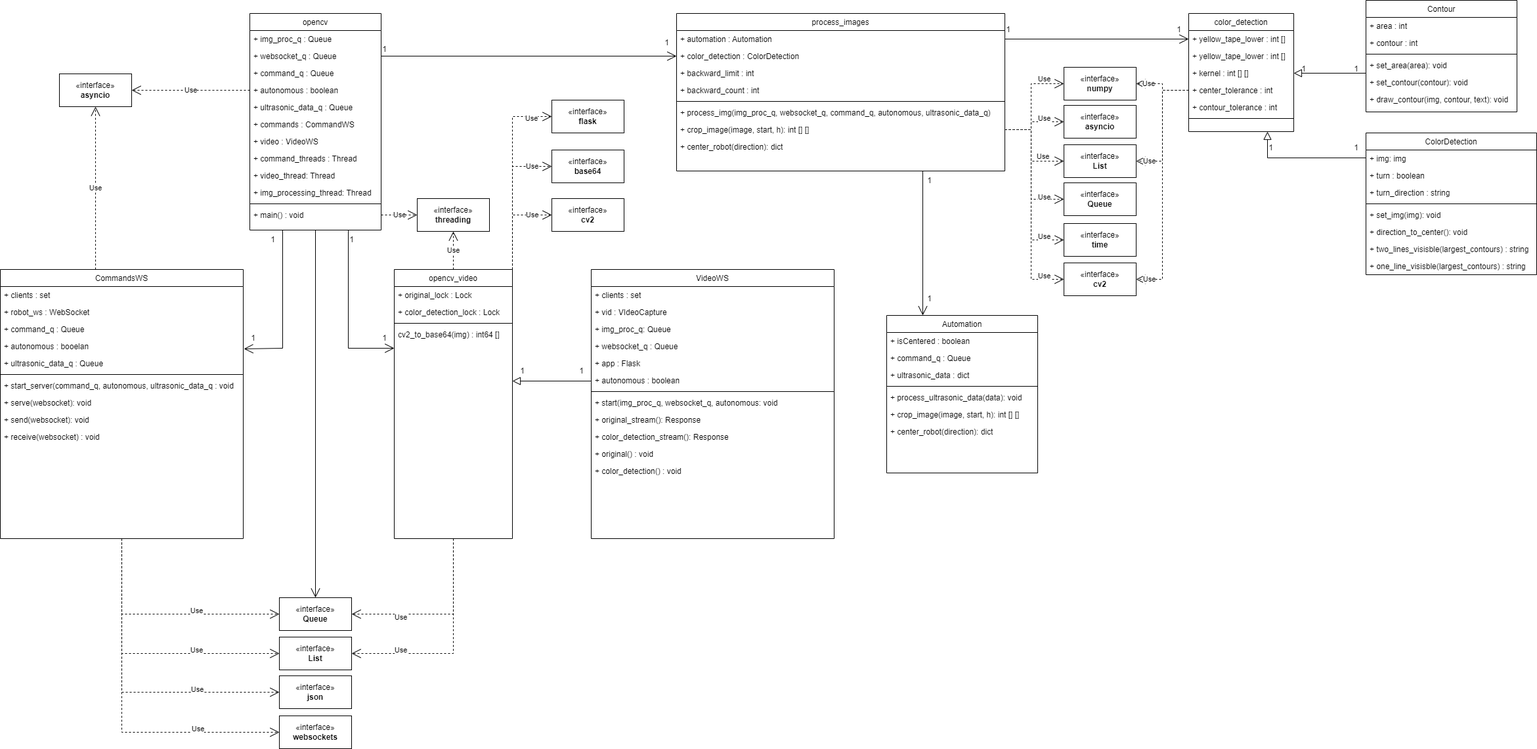
Before: documentation/docs/system-architecture/assets/Architecture_TREAD_BOT_OPENCV.png, a diagram exported from draw.io (Capstone-Projects-2023-Spring/project-robocontrol). Source tidied: cells renumbered, new cells last; positions are measured from the earlier drawing's top-left corner, leaving out a move shared by most shapes.
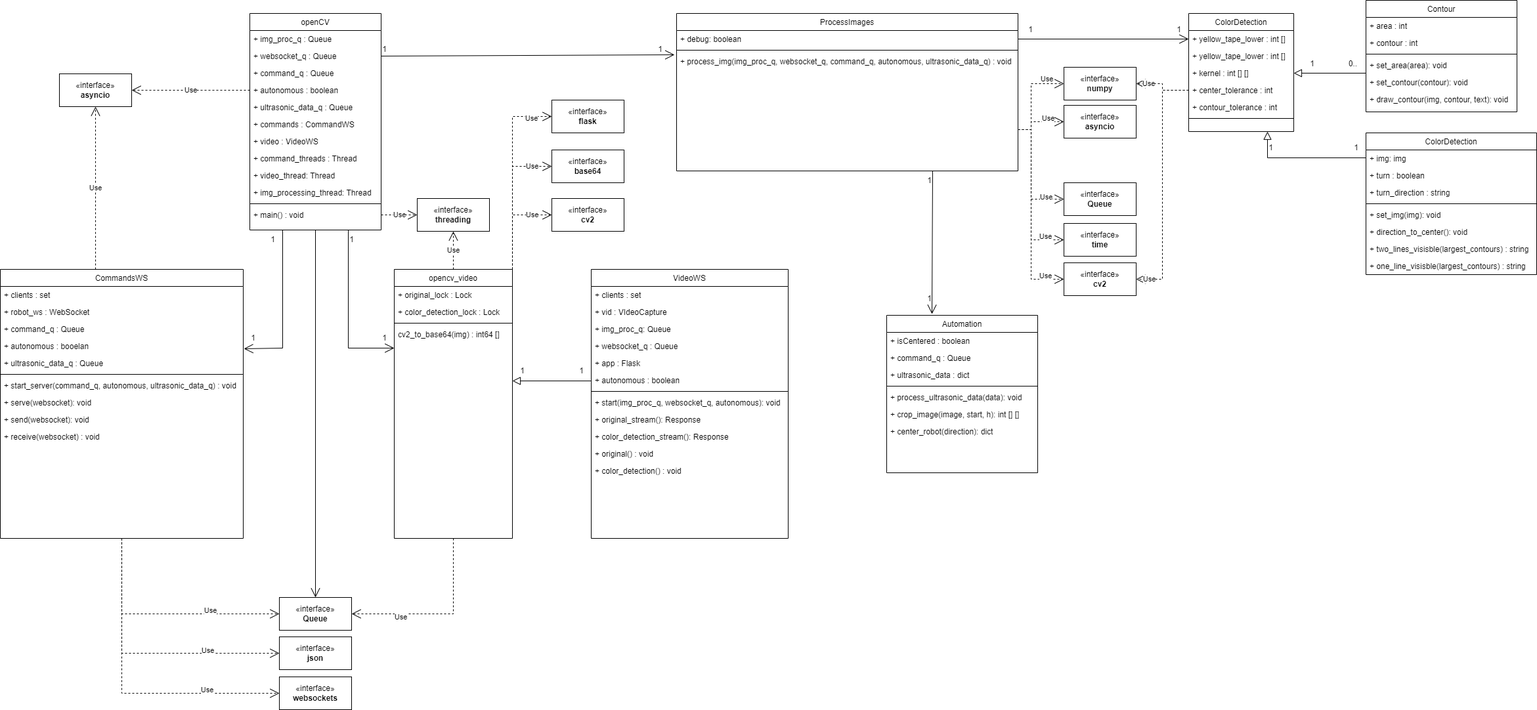
The same diagram one commit later.

Commit message:
Made requested changes to OPENCV

What changed in the source:
```diff
@@ -4,3 +4,3 @@
     <mxCell id="1" parent="0" />
-    <mxCell id="2" value="opencv" style="swimlane;fontStyle=0;align=center;verticalAlign=top;horizontal=1;startSize=26;rounded=0;shadow=0;strokeWidth=1;" parent="1" vertex="1">
+    <mxCell id="2" value="openCV" style="swimlane;fontStyle=0;align=center;verticalAlign=top;horizontal=1;startSize=26;rounded=0;shadow=0;strokeWidth=1;" parent="1" vertex="1">
       <mxGeometry x="380" y="20" width="200" height="330" as="geometry" />
@@ -103,3 +103,3 @@
     </mxCell>
-    <mxCell id="35" value="+ start_server(command_q, autonomous, ultrasonic_data_q : void" style="text;align=left;verticalAlign=top;spacingLeft=4;spacingRight=4;overflow=hidden;rounded=0;shadow=0;html=0;" parent="28" vertex="1">
+    <mxCell id="35" value="+ start_server(command_q, autonomous, ultrasonic_data_q) : void" style="text;align=left;verticalAlign=top;spacingLeft=4;spacingRight=4;overflow=hidden;rounded=0;shadow=0;html=0;" parent="28" vertex="1">
       <mxGeometry y="164" width="370" height="26" as="geometry" />
@@ -125,10 +125,7 @@
     <mxCell id="42" value="«interface»&lt;br&gt;&lt;b&gt;websockets&lt;/b&gt;" style="html=1;whiteSpace=wrap;" parent="1" vertex="1">
-      <mxGeometry x="425" y="1090" width="110" height="50" as="geometry" />
+      <mxGeometry x="425" y="1031" width="110" height="50" as="geometry" />
     </mxCell>
     <mxCell id="43" value="«interface»&lt;br&gt;&lt;b&gt;json&lt;/b&gt;" style="html=1;whiteSpace=wrap;" parent="1" vertex="1">
-      <mxGeometry x="425" y="1029" width="110" height="50" as="geometry" />
+      <mxGeometry x="425" y="970" width="110" height="50" as="geometry" />
     </mxCell>
-    <mxCell id="44" value="«interface»&lt;br&gt;&lt;b&gt;List&lt;/b&gt;" style="html=1;whiteSpace=wrap;" parent="1" vertex="1">
-      <mxGeometry x="425" y="970" width="110" height="50" as="geometry" />
-    </mxCell>
     <mxCell id="45" value="«interface»&lt;br&gt;&lt;b&gt;base64&lt;/b&gt;" style="html=1;whiteSpace=wrap;" parent="1" vertex="1">
@@ -161,39 +158,39 @@
     <mxCell id="51" value="VideoWS" style="swimlane;fontStyle=0;align=center;verticalAlign=top;horizontal=1;startSize=26;rounded=0;shadow=0;strokeWidth=1;" parent="1" vertex="1">
-      <mxGeometry x="900" y="410" width="370" height="410" as="geometry" />
+      <mxGeometry x="900" y="410" width="300" height="410" as="geometry" />
     </mxCell>
     <mxCell id="52" value="+ clients : set" style="text;align=left;verticalAlign=top;spacingLeft=4;spacingRight=4;overflow=hidden;rounded=0;shadow=0;html=0;" parent="51" vertex="1">
-      <mxGeometry y="26" width="370" height="26" as="geometry" />
+      <mxGeometry y="26" width="300" height="26" as="geometry" />
     </mxCell>
     <mxCell id="53" value="+ vid : VIdeoCapture" style="text;align=left;verticalAlign=top;spacingLeft=4;spacingRight=4;overflow=hidden;rounded=0;shadow=0;html=0;" parent="51" vertex="1">
-      <mxGeometry y="52" width="370" height="26" as="geometry" />
+      <mxGeometry y="52" width="300" height="26" as="geometry" />
     </mxCell>
     <mxCell id="54" value="+ img_proc_q: Queue" style="text;align=left;verticalAlign=top;spacingLeft=4;spacingRight=4;overflow=hidden;rounded=0;shadow=0;html=0;" parent="51" vertex="1">
-      <mxGeometry y="78" width="370" height="26" as="geometry" />
+      <mxGeometry y="78" width="300" height="26" as="geometry" />
     </mxCell>
     <mxCell id="55" value="+ websocket_q : Queue" style="text;align=left;verticalAlign=top;spacingLeft=4;spacingRight=4;overflow=hidden;points=[[0,0.5],[1,0.5]];portConstraint=eastwest;rounded=0;shadow=0;html=0;" parent="51" vertex="1">
-      <mxGeometry y="104" width="370" height="26" as="geometry" />
+      <mxGeometry y="104" width="300" height="26" as="geometry" />
     </mxCell>
     <mxCell id="56" value="+ app : Flask" style="text;align=left;verticalAlign=top;spacingLeft=4;spacingRight=4;overflow=hidden;rounded=0;shadow=0;html=0;" parent="51" vertex="1">
-      <mxGeometry y="130" width="370" height="26" as="geometry" />
+      <mxGeometry y="130" width="300" height="26" as="geometry" />
     </mxCell>
     <mxCell id="57" value="+ autonomous : boolean" style="text;align=left;verticalAlign=top;spacingLeft=4;spacingRight=4;overflow=hidden;rounded=0;shadow=0;html=0;" parent="51" vertex="1">
-      <mxGeometry y="156" width="370" height="26" as="geometry" />
+      <mxGeometry y="156" width="300" height="26" as="geometry" />
     </mxCell>
     <mxCell id="58" style="line;html=1;strokeWidth=1;align=left;verticalAlign=middle;spacingTop=-1;spacingLeft=3;spacingRight=3;labelPosition=right;" parent="51" vertex="1">
-      <mxGeometry y="182" width="370" height="8" as="geometry" />
+      <mxGeometry y="182" width="300" height="8" as="geometry" />
     </mxCell>
-    <mxCell id="59" value="+ start(img_proc_q, websocket_q, autonomous: void" style="text;align=left;verticalAlign=top;spacingLeft=4;spacingRight=4;overflow=hidden;rounded=0;shadow=0;html=0;" parent="51" vertex="1">
-      <mxGeometry y="190" width="370" height="26" as="geometry" />
+    <mxCell id="59" value="+ start(img_proc_q, websocket_q, autonomous): void" style="text;align=left;verticalAlign=top;spacingLeft=4;spacingRight=4;overflow=hidden;rounded=0;shadow=0;html=0;" parent="51" vertex="1">
+      <mxGeometry y="190" width="300" height="26" as="geometry" />
     </mxCell>
     <mxCell id="60" value="+ original_stream(): Response" style="text;align=left;verticalAlign=top;spacingLeft=4;spacingRight=4;overflow=hidden;rounded=0;shadow=0;html=0;" parent="51" vertex="1">
-      <mxGeometry y="216" width="370" height="26" as="geometry" />
+      <mxGeometry y="216" width="300" height="26" as="geometry" />
     </mxCell>
     <mxCell id="61" value="+ color_detection_stream(): Response" style="text;align=left;verticalAlign=top;spacingLeft=4;spacingRight=4;overflow=hidden;rounded=0;shadow=0;html=0;" parent="51" vertex="1">
-      <mxGeometry y="242" width="370" height="26" as="geometry" />
+      <mxGeometry y="242" width="300" height="26" as="geometry" />
     </mxCell>
     <mxCell id="62" value="+ original() : void" style="text;align=left;verticalAlign=top;spacingLeft=4;spacingRight=4;overflow=hidden;rounded=0;shadow=0;html=0;" parent="51" vertex="1">
-      <mxGeometry y="268" width="370" height="26" as="geometry" />
+      <mxGeometry y="268" width="300" height="26" as="geometry" />
     </mxCell>
     <mxCell id="63" value="+ color_detection() : void" style="text;align=left;verticalAlign=top;spacingLeft=4;spacingRight=4;overflow=hidden;rounded=0;shadow=0;html=0;" parent="51" vertex="1">
-      <mxGeometry y="294" width="370" height="26" as="geometry" />
+      <mxGeometry y="294" width="300" height="26" as="geometry" />
     </mxCell>
@@ -207,29 +204,14 @@
     </mxCell>
-    <mxCell id="65" value="process_images" style="swimlane;fontStyle=0;align=center;verticalAlign=top;horizontal=1;startSize=26;rounded=0;shadow=0;strokeWidth=1;" parent="1" vertex="1">
-      <mxGeometry x="1030" y="20" width="500" height="240" as="geometry" />
+    <mxCell id="65" value="ProcessImages" style="swimlane;fontStyle=0;align=center;verticalAlign=top;horizontal=1;startSize=26;rounded=0;shadow=0;strokeWidth=1;" parent="1" vertex="1">
+      <mxGeometry x="1030" y="20" width="520" height="240" as="geometry" />
     </mxCell>
-    <mxCell id="66" value="+ automation : Automation" style="text;align=left;verticalAlign=top;spacingLeft=4;spacingRight=4;overflow=hidden;points=[[0,0.5],[1,0.5]];portConstraint=eastwest;" parent="65" vertex="1">
-      <mxGeometry y="26" width="500" height="26" as="geometry" />
-    </mxCell>
-    <mxCell id="67" value="+ color_detection : ColorDetection" style="text;align=left;verticalAlign=top;spacingLeft=4;spacingRight=4;overflow=hidden;points=[[0,0.5],[1,0.5]];portConstraint=eastwest;" parent="65" vertex="1">
-      <mxGeometry y="52" width="500" height="26" as="geometry" />
+    <mxCell id="67" value="+ debug: boolean" style="text;align=left;verticalAlign=top;spacingLeft=4;spacingRight=4;overflow=hidden;points=[[0,0.5],[1,0.5]];portConstraint=eastwest;" parent="65" vertex="1">
+      <mxGeometry y="26" width="520" height="26" as="geometry" />
     </mxCell>
-    <mxCell id="68" value="+ backward_limit : int" style="text;align=left;verticalAlign=top;spacingLeft=4;spacingRight=4;overflow=hidden;" parent="65" vertex="1">
-      <mxGeometry y="78" width="500" height="26" as="geometry" />
-    </mxCell>
-    <mxCell id="69" value="+ backward_count : int" style="text;align=left;verticalAlign=top;spacingLeft=4;spacingRight=4;overflow=hidden;" parent="65" vertex="1">
-      <mxGeometry y="104" width="500" height="26" as="geometry" />
-    </mxCell>
     <mxCell id="70" style="line;html=1;strokeWidth=1;align=left;verticalAlign=middle;spacingTop=-1;spacingLeft=3;spacingRight=3;labelPosition=right;" parent="65" vertex="1">
-      <mxGeometry y="130" width="500" height="8" as="geometry" />
+      <mxGeometry y="52" width="520" height="8" as="geometry" />
     </mxCell>
-    <mxCell id="71" value="+ process_img(img_proc_q, websocket_q, command_q, autonomous, ultrasonic_data_q)" style="text;align=left;verticalAlign=top;spacingLeft=4;spacingRight=4;overflow=hidden;points=[[0,0.5],[1,0.5]];portConstraint=eastwest;rounded=0;shadow=0;html=0;" parent="65" vertex="1">
-      <mxGeometry y="138" width="500" height="26" as="geometry" />
+    <mxCell id="71" value="+ process_img(img_proc_q, websocket_q, command_q, autonomous, ultrasonic_data_q) : void" style="text;align=left;verticalAlign=top;spacingLeft=4;spacingRight=4;overflow=hidden;points=[[0,0.5],[1,0.5]];portConstraint=eastwest;rounded=0;shadow=0;html=0;" parent="65" vertex="1">
+      <mxGeometry y="60" width="520" height="26" as="geometry" />
     </mxCell>
-    <mxCell id="72" value="+ crop_image(image, start, h): int [] []" style="text;align=left;verticalAlign=top;spacingLeft=4;spacingRight=4;overflow=hidden;points=[[0,0.5],[1,0.5]];portConstraint=eastwest;rounded=0;shadow=0;html=0;" parent="65" vertex="1">
-      <mxGeometry y="164" width="500" height="26" as="geometry" />
-    </mxCell>
-    <mxCell id="73" value="+ center_robot(direction): dict" style="text;align=left;verticalAlign=top;spacingLeft=4;spacingRight=4;overflow=hidden;rounded=0;shadow=0;html=0;" parent="65" vertex="1">
-      <mxGeometry y="190" width="500" height="26" as="geometry" />
-    </mxCell>
     <mxCell id="74" value="«interface»&lt;br&gt;&lt;b&gt;numpy&lt;/b&gt;" style="html=1;whiteSpace=wrap;" parent="1" vertex="1">
@@ -237,6 +219,6 @@
     </mxCell>
-    <mxCell id="75" style="endArrow=open;endFill=1;endSize=12;html=1;rounded=0;exitX=1;exitY=0.5;exitDx=0;exitDy=0;entryX=0;entryY=0.5;entryDx=0;entryDy=0;" parent="1" edge="1" source="4" target="67">
+    <mxCell id="75" style="endArrow=open;endFill=1;endSize=12;html=1;rounded=0;exitX=1;exitY=0.5;exitDx=0;exitDy=0;entryX=-0.006;entryY=0.115;entryDx=0;entryDy=0;entryPerimeter=0;" parent="1" edge="1" source="4" target="71">
       <mxGeometry relative="1" as="geometry" />
     </mxCell>
-    <mxCell id="76" value="color_detection" style="swimlane;fontStyle=0;align=center;verticalAlign=top;horizontal=1;startSize=26;rounded=0;shadow=0;strokeWidth=1;" parent="1" vertex="1">
+    <mxCell id="76" value="ColorDetection" style="swimlane;fontStyle=0;align=center;verticalAlign=top;horizontal=1;startSize=26;rounded=0;shadow=0;strokeWidth=1;" parent="1" vertex="1">
       <mxGeometry x="1810" y="20" width="160" height="180" as="geometry" />
@@ -264,5 +246,2 @@
     </mxCell>
-    <mxCell id="84" value="«interface»&lt;br&gt;&lt;b&gt;List&lt;/b&gt;" style="html=1;whiteSpace=wrap;" parent="1" vertex="1">
-      <mxGeometry x="1620" y="220" width="110" height="50" as="geometry" />
-    </mxCell>
     <mxCell id="85" value="«interface»&lt;br&gt;&lt;b&gt;Queue&lt;/b&gt;" style="html=1;whiteSpace=wrap;" parent="1" vertex="1">
@@ -344,9 +323,9 @@
     </mxCell>
-    <mxCell id="106" style="endArrow=open;endFill=1;endSize=12;html=1;rounded=0;exitX=1;exitY=0.5;exitDx=0;exitDy=0;entryX=0;entryY=0.5;entryDx=0;entryDy=0;" parent="1" edge="1" source="66" target="77">
-      <mxGeometry relative="1" as="geometry" />
+    <mxCell id="106" style="endArrow=open;endFill=1;endSize=12;html=1;rounded=0;exitX=1;exitY=0.5;exitDx=0;exitDy=0;entryX=0;entryY=0.5;entryDx=0;entryDy=0;" parent="1" edge="1" target="77">
+      <mxGeometry relative="1" as="geometry">
+        <mxPoint x="1550" y="59" as="sourcePoint" />
+      </mxGeometry>
     </mxCell>
-    <mxCell id="107" style="endArrow=open;endFill=1;endSize=12;html=1;rounded=0;exitX=0.75;exitY=1;exitDx=0;exitDy=0;" parent="1" edge="1" source="65">
-      <mxGeometry relative="1" as="geometry">
-        <mxPoint x="1405" y="480" as="targetPoint" />
-      </mxGeometry>
+    <mxCell id="107" style="endArrow=open;endFill=1;endSize=12;html=1;rounded=0;exitX=0.75;exitY=1;exitDx=0;exitDy=0;entryX=0.3;entryY=-0.008;entryDx=0;entryDy=0;entryPerimeter=0;" parent="1" edge="1" source="65" target="20">
+      <mxGeometry relative="1" as="geometry" />
     </mxCell>
@@ -374,3 +353,3 @@
     <mxCell id="115" value="1" style="text;html=1;align=center;verticalAlign=middle;strokeColor=none;fillColor=none;" parent="1" vertex="1">
-      <mxGeometry x="1000" y="50" width="30" height="30" as="geometry" />
+      <mxGeometry x="990" y="60" width="30" height="30" as="geometry" />
     </mxCell>
@@ -383,3 +362,3 @@
     <mxCell id="118" value="1" style="text;html=1;align=center;verticalAlign=middle;strokeColor=none;fillColor=none;" parent="1" vertex="1">
-      <mxGeometry x="1520" y="30" width="30" height="30" as="geometry" />
+      <mxGeometry x="1554" y="30" width="30" height="30" as="geometry" />
     </mxCell>
@@ -389,6 +368,6 @@
     <mxCell id="120" value="1" style="text;html=1;align=center;verticalAlign=middle;strokeColor=none;fillColor=none;" parent="1" vertex="1">
-      <mxGeometry x="1970" y="90" width="30" height="30" as="geometry" />
+      <mxGeometry x="1983" y="82" width="30" height="30" as="geometry" />
     </mxCell>
-    <mxCell id="121" value="1" style="text;html=1;align=center;verticalAlign=middle;strokeColor=none;fillColor=none;" parent="1" vertex="1">
-      <mxGeometry x="2050" y="90" width="30" height="30" as="geometry" />
+    <mxCell id="121" value="0.." style="text;html=1;align=center;verticalAlign=middle;strokeColor=none;fillColor=none;" parent="1" vertex="1">
+      <mxGeometry x="2040" y="82" width="40" height="30" as="geometry" />
     </mxCell>
@@ -437,3 +416,3 @@
     <mxCell id="131" value="Use" style="endArrow=open;endSize=12;dashed=1;html=1;rounded=0;exitX=0.5;exitY=1;exitDx=0;exitDy=0;entryX=0;entryY=0.5;entryDx=0;entryDy=0;" parent="1" edge="1" source="28" target="39">
-      <mxGeometry x="0.3" y="5" relative="1" as="geometry">
+      <mxGeometry x="0.41" y="5" relative="1" as="geometry">
         <Array as="points">
@@ -441,13 +420,4 @@
         </Array>
-        <mxPoint x="-1" as="offset" />
       </mxGeometry>
     </mxCell>
-    <mxCell id="132" value="Use" style="endArrow=open;endSize=12;dashed=1;html=1;rounded=0;exitX=0.5;exitY=1;exitDx=0;exitDy=0;entryX=0;entryY=0.5;entryDx=0;entryDy=0;" parent="1" edge="1" source="28" target="44">
-      <mxGeometry x="0.4" y="5" relative="1" as="geometry">
-        <Array as="points">
-          <mxPoint x="185" y="995" />
-        </Array>
-        <mxPoint x="-1" as="offset" />
-      </mxGeometry>
-    </mxCell>
     <mxCell id="133" value="Use" style="endArrow=open;endSize=12;dashed=1;html=1;rounded=0;entryX=0;entryY=0.5;entryDx=0;entryDy=0;exitX=0.5;exitY=1;exitDx=0;exitDy=0;" parent="1" edge="1" source="28" target="43">
@@ -455,3 +425,3 @@
         <Array as="points">
-          <mxPoint x="185" y="1054" />
+          <mxPoint x="185" y="995" />
         </Array>
@@ -462,3 +432,3 @@
         <Array as="points">
-          <mxPoint x="185" y="1115" />
+          <mxPoint x="185" y="1056" />
         </Array>
@@ -475,11 +445,5 @@
     </mxCell>
-    <mxCell id="136" value="Use" style="endArrow=open;endSize=12;dashed=1;html=1;rounded=0;entryX=1;entryY=0.5;entryDx=0;entryDy=0;exitX=0.5;exitY=1;exitDx=0;exitDy=0;" parent="1" edge="1" source="15" target="44">
-      <mxGeometry x="0.55" y="-5" relative="1" as="geometry">
-        <Array as="points">
-          <mxPoint x="690" y="995" />
-        </Array>
-      </mxGeometry>
-    </mxCell>
-    <mxCell id="137" value="Use" style="endArrow=open;endSize=12;dashed=1;html=1;rounded=0;entryX=0;entryY=0.5;entryDx=0;entryDy=0;exitX=1;exitY=0.5;exitDx=0;exitDy=0;" parent="1" edge="1" source="72" target="74">
+    <mxCell id="137" value="Use" style="endArrow=open;endSize=12;dashed=1;html=1;rounded=0;entryX=0;entryY=0.5;entryDx=0;entryDy=0;exitX=1;exitY=0.5;exitDx=0;exitDy=0;" parent="1" edge="1" target="74">
       <mxGeometry x="0.62" y="7" relative="1" as="geometry">
+        <mxPoint x="1550" y="197" as="sourcePoint" />
         <Array as="points">
@@ -490,4 +454,5 @@
     </mxCell>
-    <mxCell id="138" value="Use" style="endArrow=open;endSize=12;dashed=1;html=1;rounded=0;entryX=0;entryY=0.5;entryDx=0;entryDy=0;exitX=1;exitY=0.5;exitDx=0;exitDy=0;" parent="1" edge="1" source="72" target="83">
+    <mxCell id="138" value="Use" style="endArrow=open;endSize=12;dashed=1;html=1;rounded=0;entryX=0;entryY=0.5;entryDx=0;entryDy=0;exitX=1;exitY=0.5;exitDx=0;exitDy=0;" parent="1" edge="1" target="83">
       <mxGeometry x="0.41" y="5" relative="1" as="geometry">
+        <mxPoint x="1550" y="197" as="sourcePoint" />
         <Array as="points">
@@ -498,12 +463,5 @@
     </mxCell>
-    <mxCell id="139" value="Use" style="endArrow=open;endSize=12;dashed=1;html=1;rounded=0;entryX=0;entryY=0.5;entryDx=0;entryDy=0;exitX=1;exitY=0.5;exitDx=0;exitDy=0;" parent="1" edge="1" source="72" target="84">
-      <mxGeometry x="0.54" y="7" relative="1" as="geometry">
-        <Array as="points">
-          <mxPoint x="1570" y="197" />
-          <mxPoint x="1570" y="245" />
-        </Array>
-      </mxGeometry>
-    </mxCell>
-    <mxCell id="140" value="Use" style="endArrow=open;endSize=12;dashed=1;html=1;rounded=0;entryX=0;entryY=0.5;entryDx=0;entryDy=0;exitX=1;exitY=0.5;exitDx=0;exitDy=0;" parent="1" edge="1" source="72" target="85">
+    <mxCell id="140" value="Use" style="endArrow=open;endSize=12;dashed=1;html=1;rounded=0;entryX=0;entryY=0.5;entryDx=0;entryDy=0;exitX=1;exitY=0.5;exitDx=0;exitDy=0;" parent="1" edge="1" target="85">
       <mxGeometry x="0.69" y="3" relative="1" as="geometry">
+        <mxPoint x="1550" y="197" as="sourcePoint" />
         <Array as="points">
@@ -514,4 +472,5 @@
     </mxCell>
-    <mxCell id="141" value="Use" style="endArrow=open;endSize=12;dashed=1;html=1;rounded=0;entryX=0;entryY=0.5;entryDx=0;entryDy=0;exitX=1;exitY=0.5;exitDx=0;exitDy=0;" parent="1" edge="1" source="72" target="86">
+    <mxCell id="141" value="Use" style="endArrow=open;endSize=12;dashed=1;html=1;rounded=0;entryX=0;entryY=0.5;entryDx=0;entryDy=0;exitX=1;exitY=0.5;exitDx=0;exitDy=0;" parent="1" edge="1" target="86">
       <mxGeometry x="0.77" y="5" relative="1" as="geometry">
+        <mxPoint x="1550" y="197" as="sourcePoint" />
         <Array as="points">
@@ -522,4 +481,5 @@
     </mxCell>
-    <mxCell id="142" value="Use" style="endArrow=open;endSize=12;dashed=1;html=1;rounded=0;entryX=0;entryY=0.5;entryDx=0;entryDy=0;exitX=1;exitY=0.5;exitDx=0;exitDy=0;" parent="1" edge="1" source="72" target="105">
+    <mxCell id="142" value="Use" style="endArrow=open;endSize=12;dashed=1;html=1;rounded=0;entryX=0;entryY=0.5;entryDx=0;entryDy=0;exitX=1;exitY=0.5;exitDx=0;exitDy=0;" parent="1" edge="1" target="105">
       <mxGeometry x="0.81" y="5" relative="1" as="geometry">
+        <mxPoint x="1550" y="197" as="sourcePoint" />
         <Array as="points">
@@ -538,10 +498,2 @@
     </mxCell>
-    <mxCell id="144" value="Use" style="endArrow=open;endSize=12;dashed=1;html=1;rounded=0;entryX=1;entryY=0.5;entryDx=0;entryDy=0;exitX=0;exitY=0.5;exitDx=0;exitDy=0;" parent="1" edge="1" source="80" target="84">
-      <mxGeometry x="0.79" relative="1" as="geometry">
-        <Array as="points">
-          <mxPoint x="1770" y="137" />
-          <mxPoint x="1770" y="245" />
-        </Array>
-      </mxGeometry>
-    </mxCell>
     <mxCell id="145" value="Use" style="endArrow=open;endSize=12;dashed=1;html=1;rounded=0;entryX=1;entryY=0.5;entryDx=0;entryDy=0;exitX=0;exitY=0.5;exitDx=0;exitDy=0;" parent="1" edge="1" source="80" target="105">
```
